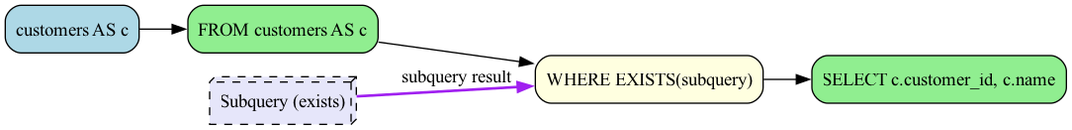
Earlier version of the Graphviz export examples/subquery_exists_operation.png (rot1024/sqloflow). Its source is kept beside it as examples/subquery_exists_operation.dot.
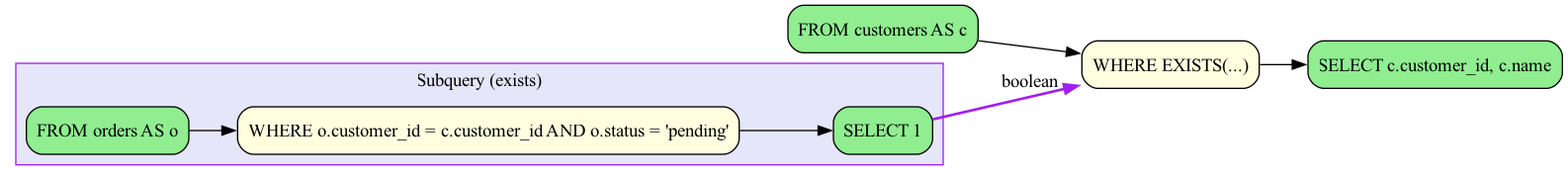
The same diagram one commit later.

Change to the diagram source:
```diff
@@ -2,14 +2,23 @@
   rankdir=LR;
   node [shape=box, style=rounded];
 
-  node_0 [label="customers AS c", fillcolor=lightblue, style="filled,rounded"];
-  node_1 [label="FROM customers AS c", fillcolor=lightgreen, style="filled,rounded"];
-  node_4 [label="SELECT c.customer_id, c.name", fillcolor=lightgreen, style="filled,rounded"];
-  node_2 [label="WHERE EXISTS(subquery)", fillcolor=lightyellow, style="filled,rounded"];
-  node_3 [label="Subquery (exists)", fillcolor=lavender, style="filled,rounded,dashed", shape=box3d];
+  node_0 [label="FROM customers AS c", fillcolor=lightgreen, style="filled,rounded"];
+  node_3 [label="SELECT c.customer_id, c.name", fillcolor=lightgreen, style="filled,rounded"];
+  node_1 [label="WHERE EXISTS(...)", fillcolor=lightyellow, style="filled,rounded"];
+
+  subgraph cluster_node_2 {
+    label="Subquery (exists)";
+    style=filled;
+    fillcolor=lavender;
+    color=purple;
+    subq_2_node_0 [label="FROM orders AS o", fillcolor=lightgreen, style="filled,rounded"];
+    subq_2_node_1 [label="WHERE o.customer_id = c.customer_id AND o.status = 'pending'", fillcolor=lightyellow, style="filled,rounded"];
+    subq_2_node_2 [label="SELECT 1", fillcolor=lightgreen, style="filled,rounded"];
+    subq_2_node_0 -> subq_2_node_1 [color=black];
+    subq_2_node_1 -> subq_2_node_2 [color=black];
+  }
+  subq_2_node_2 -> node_1 [color=purple, style=bold, label="boolean"];
 
   node_0 -> node_1 [color=black];
-  node_1 -> node_2 [color=black];
-  node_3 -> node_2 [color=purple, style=bold, label="subquery result"];
-  node_2 -> node_4 [color=black];
+  node_1 -> node_3 [color=black];
 }
```
